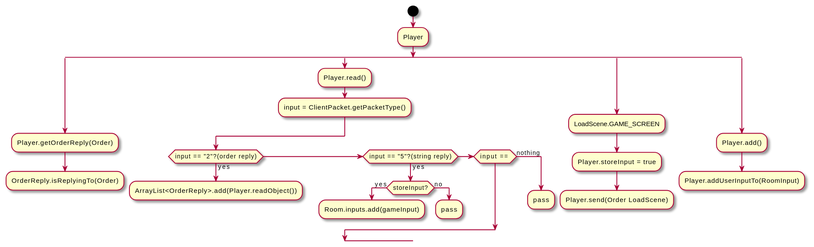
The PlantUML diagram Flowcharts/Rendered/PlayerClass.svg in yashdwivedi/mavenproject1, before a commit.
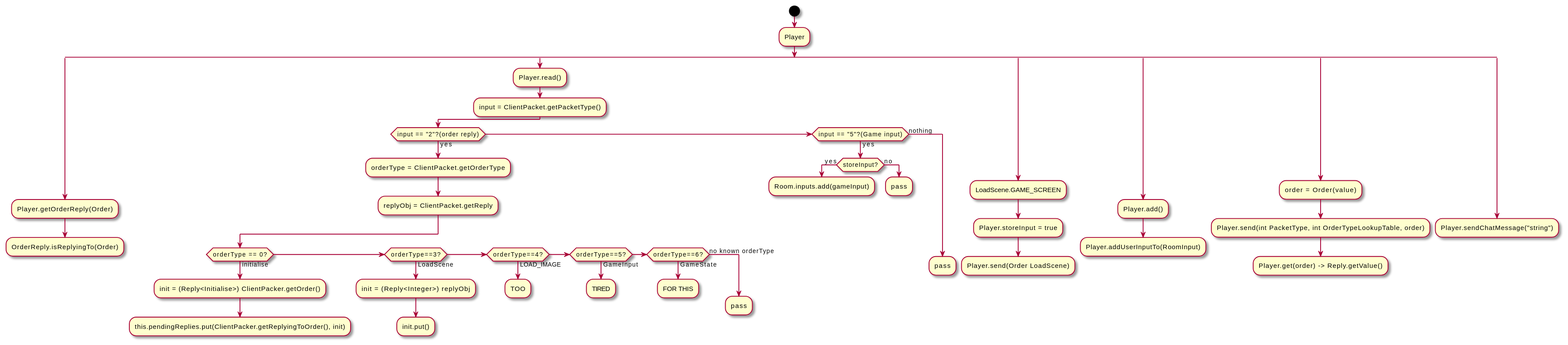
The same file after the commit.

Commit message:
🤖 Rendered PlantUML diagrams

The edit, as a diff of the source:
```diff
@@ -10,9 +10,30 @@
     :Player.read();
     :input = ClientPacket.getPacketType();
     if (input == "2"?(order reply)) then (yes)
-        :ArrayList<OrderReply>.add(Player.readObject());
+        :orderType = ClientPacket.getOrderType;
+        :replyObj = ClientPacket.getReply;
+        if (orderType == 0?) then (initialise)
+            :init = (Reply<Initialise>) ClientPacker.getOrder();
+            :this.pendingReplies.put(ClientPacker.getReplyingToOrder(), init);
+        elseif (orderType==3?) then (LoadScene)
+            :init = (Reply<Integer>) replyObj;
+            :init.put();
+            detach
+        elseif (orderType==4?) then (LOAD_IMAGE)
+            :TOO;
+            detach
+        elseif (orderType==5?) then (GameInput)
+            :TIRED;
+            detach
+        elseif (orderType==6?) then (GameState)
+            :FOR THIS;
+            detach
+        else (no known orderType)
+            :pass;
+            detach
+        endif
         detach
-    elseif (input == "5"?(string reply)) then (yes)
+    elseif (input == "5"?(Game input)) then (yes)
         if (storeInput?) then (yes)
             :Room.inputs.add(gameInput);
             detach
@@ -20,7 +41,6 @@
             :pass;
             detach
         endif
-    elseif (input == )
     else (nothing)
         :pass;
     endif
@@ -34,5 +54,14 @@
     :Player.add();
     :Player.addUserInputTo(RoomInput);
     detach
+split again
+    :order = Order(value);
+    :Player.send(int PacketType, int OrderTypeLookupTable, order);
+    :Player.get(order) -> Reply.getValue();
+    detach
+split again
+    :Player.sendChatMessage("string");
+
+    detach
 end split
 @enduml
```
